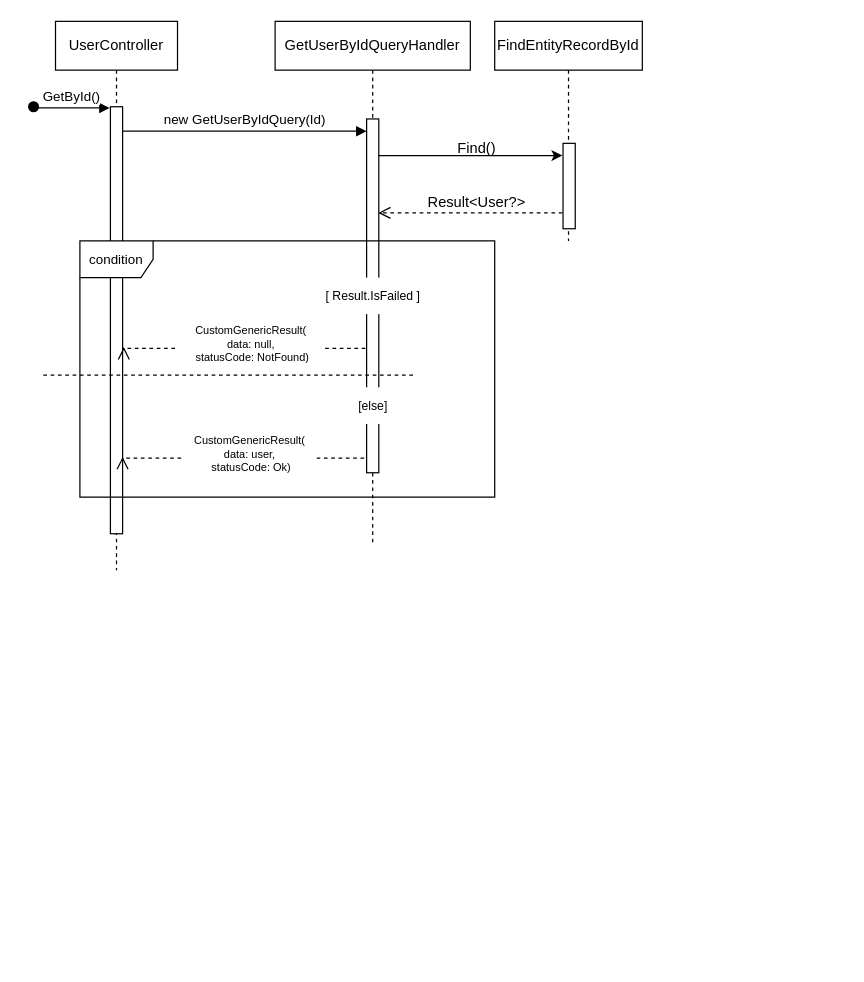
MahdiChoobin-81/CleanArchitecture_ASP keeps this draw.io diagram as Diagrams/sequenceDiagram_user_getById.drawio. Above is the earlier version. Source tidied: cells renumbered, new cells numbered last; positions are measured from the earlier drawing's top-left corner, leaving out a move shared by most shapes. Both pictures are drawn from the tidied source at 122%, with x=0, y=0 at pixel (33, 21).
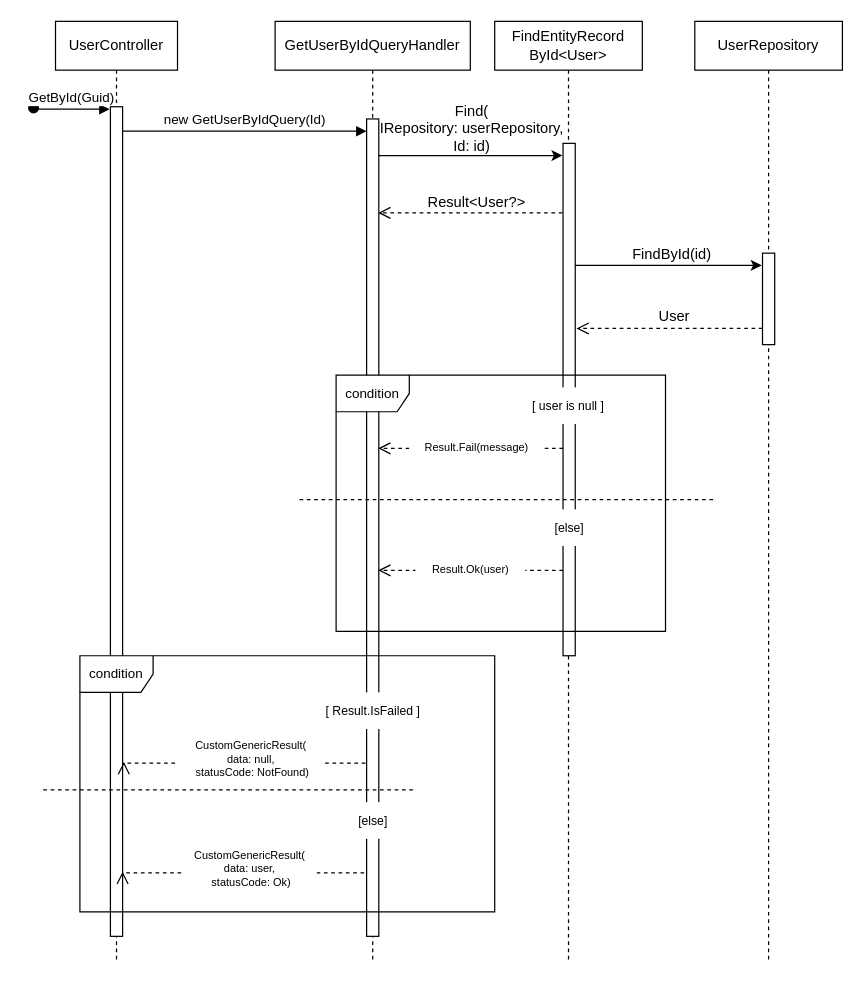
Above is the later version.

Diff of the diagram source:
```diff
@@
     <mxCell id="2" value="UserController" style="shape=umlLifeline;perimeter=lifelinePerimeter;whiteSpace=wrap;html=1;newEdgeStyle={&quot;edgeStyle&quot;:&quot;elbowEdgeStyle&quot;,&quot;elbow&quot;:&quot;vertical&quot;,&quot;curved&quot;:0,&quot;rounded&quot;:0};" parent="1" vertex="1">
-      <mxGeometry x="18" width="100" height="450" as="geometry" />
+      <mxGeometry x="18" width="100" height="770" as="geometry" />
     </mxCell>
-    <mxCell id="3" value="GetById()" style="html=1;verticalAlign=bottom;startArrow=oval;endArrow=block;startSize=8;edgeStyle=elbowEdgeStyle;elbow=vertical;curved=0;rounded=0;entryX=-0.26;entryY=0.004;entryDx=0;entryDy=0;entryPerimeter=0;" parent="2" edge="1">
+    <mxCell id="3" value="GetById(Guid)" style="html=1;verticalAlign=bottom;startArrow=oval;endArrow=block;startSize=8;edgeStyle=elbowEdgeStyle;elbow=vertical;curved=0;rounded=0;entryX=-0.26;entryY=0.004;entryDx=0;entryDy=0;entryPerimeter=0;" parent="2" edge="1">
       <mxGeometry relative="1" as="geometry">
-        <mxPoint x="-18" y="70" as="sourcePoint" />
-        <mxPoint x="44.4" y="71.4" as="targetPoint" />
+        <mxPoint x="-18" y="71" as="sourcePoint" />
+        <mxPoint x="44.4" y="72.4" as="targetPoint" />
       </mxGeometry>
     </mxCell>
     <mxCell id="4" value="GetUserByIdQueryHandler" style="shape=umlLifeline;perimeter=lifelinePerimeter;whiteSpace=wrap;html=1;newEdgeStyle={&quot;edgeStyle&quot;:&quot;elbowEdgeStyle&quot;,&quot;elbow&quot;:&quot;vertical&quot;,&quot;curved&quot;:0,&quot;rounded&quot;:0};" parent="1" vertex="1">
-      <mxGeometry x="198" width="160" height="430" as="geometry" />
+      <mxGeometry x="198" width="160" height="770" as="geometry" />
     </mxCell>
     <mxCell id="5" style="html=1;points=[];perimeter=orthogonalPerimeter;outlineConnect=0;targetShapes=umlLifeline;portConstraint=eastwest;newEdgeStyle={&quot;edgeStyle&quot;:&quot;elbowEdgeStyle&quot;,&quot;elbow&quot;:&quot;vertical&quot;,&quot;curved&quot;:0,&quot;rounded&quot;:0};" parent="4" vertex="1">
-      <mxGeometry x="75" y="80" width="10" height="290" as="geometry" />
+      <mxGeometry x="75" y="80" width="10" height="670" as="geometry" />
     </mxCell>
@@
-    <mxCell id="7" value="FindEntityRecordById" style="shape=umlLifeline;perimeter=lifelinePerimeter;whiteSpace=wrap;html=1;newEdgeStyle={&quot;edgeStyle&quot;:&quot;elbowEdgeStyle&quot;,&quot;elbow&quot;:&quot;vertical&quot;,&quot;curved&quot;:0,&quot;rounded&quot;:0};" parent="1" vertex="1">
-      <mxGeometry x="378" width="121" height="180" as="geometry" />
+    <mxCell id="7" value="FindEntityRecord&lt;br style=&quot;border-color: var(--border-color);&quot;&gt;ById&amp;lt;User&amp;gt;" style="shape=umlLifeline;perimeter=lifelinePerimeter;whiteSpace=wrap;html=1;newEdgeStyle={&quot;edgeStyle&quot;:&quot;elbowEdgeStyle&quot;,&quot;elbow&quot;:&quot;vertical&quot;,&quot;curved&quot;:0,&quot;rounded&quot;:0};" parent="1" vertex="1">
+      <mxGeometry x="378" width="121" height="770" as="geometry" />
     </mxCell>
     <mxCell id="8" style="html=1;points=[];perimeter=orthogonalPerimeter;outlineConnect=0;targetShapes=umlLifeline;portConstraint=eastwest;newEdgeStyle={&quot;edgeStyle&quot;:&quot;elbowEdgeStyle&quot;,&quot;elbow&quot;:&quot;vertical&quot;,&quot;curved&quot;:0,&quot;rounded&quot;:0};" parent="7" vertex="1">
-      <mxGeometry x="56" y="100" width="10" height="70" as="geometry" />
+      <mxGeometry x="56" y="100" width="10" height="420" as="geometry" />
     </mxCell>
     <mxCell id="9" style="rounded=0;whiteSpace=wrap;html=1;" parent="1" vertex="1">
-      <mxGeometry x="63" y="70" width="10" height="350" as="geometry" />
+      <mxGeometry x="63" y="70" width="10" height="680" as="geometry" />
     </mxCell>
@@
-    <mxCell id="11" value="Find()" style="text;html=1;align=center;verticalAlign=middle;strokeColor=none;fillColor=none;" parent="1" vertex="1">
-      <mxGeometry x="338" y="89" width="50" height="30" as="geometry" />
+    <mxCell id="11" value="Find(&lt;br style=&quot;border-color: var(--border-color);&quot;&gt;IRepository: userRepository,&lt;br style=&quot;border-color: var(--border-color);&quot;&gt;Id: id)" style="text;html=1;align=center;verticalAlign=middle;strokeColor=none;fillColor=none;" parent="1" vertex="1">
+      <mxGeometry x="274" y="58" width="170" height="60" as="geometry" />
     </mxCell>
@@
     <mxCell id="15" value="&lt;font style=&quot;font-size: 11px;&quot;&gt;condition&lt;/font&gt;" style="shape=umlFrame;whiteSpace=wrap;html=1;direction=east;" parent="1" vertex="1">
-      <mxGeometry x="38" y="180" width="340" height="210" as="geometry" />
+      <mxGeometry x="38" y="520" width="340" height="210" as="geometry" />
     </mxCell>
     <mxCell id="16" value="[ Result.IsFailed ]" style="text;html=1;align=center;verticalAlign=middle;strokeColor=none;fillColor=default;fontSize=10;" parent="1" vertex="1">
-      <mxGeometry x="228" y="210" width="100" height="30" as="geometry" />
+      <mxGeometry x="228" y="550" width="100" height="30" as="geometry" />
     </mxCell>
     <mxCell id="17" style="html=1;verticalAlign=bottom;endArrow=open;dashed=1;endSize=8;edgeStyle=elbowEdgeStyle;elbow=vertical;curved=0;rounded=0;strokeColor=default;" parent="1" edge="1">
       <mxGeometry x="0.01" relative="1" as="geometry">
-        <mxPoint x="272" y="268" as="sourcePoint" />
-        <mxPoint x="74" y="267" as="targetPoint" />
+        <mxPoint x="272" y="608" as="sourcePoint" />
+        <mxPoint x="74" y="607" as="targetPoint" />
       </mxGeometry>
     </mxCell>
     <mxCell id="18" value="&lt;font style=&quot;font-size: 9px;&quot;&gt;CustomGenericResult(&lt;br style=&quot;font-size: 9px;&quot;&gt;data: null,&lt;br style=&quot;font-size: 9px;&quot;&gt;&amp;nbsp;statusCode: NotFound)&lt;/font&gt;" style="text;html=1;align=center;verticalAlign=middle;strokeColor=none;fillColor=default;fontSize=9;" parent="1" vertex="1">
-      <mxGeometry x="118" y="240" width="120" height="50" as="geometry" />
+      <mxGeometry x="118" y="580" width="120" height="50" as="geometry" />
     </mxCell>
     <mxCell id="19" style="endArrow=none;dashed=1;html=1;rounded=0;" parent="1" edge="1">
       <mxGeometry relative="1" as="geometry">
-        <mxPoint x="8" y="290" as="sourcePoint" />
-        <mxPoint x="311" y="290" as="targetPoint" />
+        <mxPoint x="8" y="630" as="sourcePoint" />
+        <mxPoint x="311" y="630" as="targetPoint" />
       </mxGeometry>
     </mxCell>
     <mxCell id="20" value="[else]" style="text;html=1;align=center;verticalAlign=middle;strokeColor=none;fillColor=default;fontSize=10;imageWidth=24;arcSize=12;strokeOpacity=100;" parent="1" vertex="1">
-      <mxGeometry x="253" y="300" width="50" height="30" as="geometry" />
+      <mxGeometry x="253" y="640" width="50" height="30" as="geometry" />
     </mxCell>
     <mxCell id="21" style="html=1;verticalAlign=bottom;endArrow=open;dashed=1;endSize=8;edgeStyle=elbowEdgeStyle;elbow=vertical;curved=0;rounded=0;entryX=1.143;entryY=0.533;entryDx=0;entryDy=0;entryPerimeter=0;" parent="1" edge="1">
       <mxGeometry x="0.01" relative="1" as="geometry">
-        <mxPoint x="271" y="358" as="sourcePoint" />
-        <mxPoint x="73" y="357" as="targetPoint" />
+        <mxPoint x="271" y="698" as="sourcePoint" />
+        <mxPoint x="73" y="697" as="targetPoint" />
       </mxGeometry>
     </mxCell>
     <mxCell id="22" value="&lt;font style=&quot;font-size: 9px;&quot;&gt;CustomGenericResult(&lt;br style=&quot;font-size: 9px;&quot;&gt;data: user,&lt;br style=&quot;font-size: 9px;&quot;&gt;&amp;nbsp;statusCode: Ok)&lt;/font&gt;" style="text;html=1;align=center;verticalAlign=middle;strokeColor=none;fillColor=default;fontSize=9;" parent="1" vertex="1">
-      <mxGeometry x="122" y="330" width="110" height="50" as="geometry" />
+      <mxGeometry x="122" y="670" width="110" height="50" as="geometry" />
     </mxCell>
+    <mxCell id="23" value="UserRepository" style="shape=umlLifeline;perimeter=lifelinePerimeter;whiteSpace=wrap;html=1;newEdgeStyle={&quot;edgeStyle&quot;:&quot;elbowEdgeStyle&quot;,&quot;elbow&quot;:&quot;vertical&quot;,&quot;curved&quot;:0,&quot;rounded&quot;:0};" parent="1" vertex="1">
+      <mxGeometry x="542" width="121" height="770" as="geometry" />
+    </mxCell>
+    <mxCell id="24" style="html=1;perimeter=orthogonalPerimeter;targetShapes=umlLifeline;newEdgeStyle={&quot;edgeStyle&quot;:&quot;elbowEdgeStyle&quot;,&quot;elbow&quot;:&quot;vertical&quot;,&quot;curved&quot;:0,&quot;rounded&quot;:0};" parent="23" vertex="1">
+      <mxGeometry x="55.5" y="190" width="10" height="75" as="geometry" />
+    </mxCell>
+    <mxCell id="25" style="endArrow=classic;html=1;rounded=0;" parent="1" edge="1" source="8">
+      <mxGeometry relative="1" as="geometry">
+        <mxPoint x="596.8" y="200" as="targetPoint" />
+      </mxGeometry>
+    </mxCell>
+    <mxCell id="26" value="User" style="text;html=1;strokeColor=none;fillColor=none;align=center;verticalAlign=middle;whiteSpace=wrap;rounded=0;" parent="1" vertex="1">
+      <mxGeometry x="483" y="227" width="85" height="30" as="geometry" />
+    </mxCell>
+    <mxCell id="27" value="FindById(id)" style="text;html=1;align=center;verticalAlign=middle;strokeColor=none;fillColor=none;" parent="1" vertex="1">
+      <mxGeometry x="478" y="176" width="90" height="30" as="geometry" />
+    </mxCell>
+    <mxCell id="28" style="html=1;verticalAlign=bottom;endArrow=open;dashed=1;endSize=8;edgeStyle=elbowEdgeStyle;elbow=vertical;curved=0;rounded=0;" parent="1" edge="1">
+      <mxGeometry x="0.01" relative="1" as="geometry">
+        <mxPoint x="597.5" y="251.7" as="sourcePoint" />
+        <mxPoint x="445" y="252" as="targetPoint" />
+        <Array as="points">
+          <mxPoint x="418" y="251.7" />
+        </Array>
+      </mxGeometry>
+    </mxCell>
+    <mxCell id="29" value="&lt;font style=&quot;font-size: 11px;&quot;&gt;condition&lt;/font&gt;" style="shape=umlFrame;whiteSpace=wrap;html=1;direction=east;" parent="1" vertex="1">
+      <mxGeometry x="248" y="290" width="270" height="210" as="geometry" />
+    </mxCell>
+    <mxCell id="30" value="[ user is null ]" style="text;html=1;align=center;verticalAlign=middle;strokeColor=none;fillColor=default;fontSize=10;" parent="1" vertex="1">
+      <mxGeometry x="398" y="300" width="80" height="30" as="geometry" />
+    </mxCell>
+    <mxCell id="31" style="html=1;verticalAlign=bottom;endArrow=open;dashed=1;endSize=8;edgeStyle=elbowEdgeStyle;elbow=vertical;curved=0;rounded=0;strokeColor=default;" parent="1" edge="1" source="8">
+      <mxGeometry x="0.01" relative="1" as="geometry">
+        <mxPoint x="282.5" y="350" as="targetPoint" />
+      </mxGeometry>
+    </mxCell>
+    <mxCell id="32" value="[else]" style="text;html=1;align=center;verticalAlign=middle;strokeColor=none;fillColor=default;fontSize=10;imageWidth=24;arcSize=12;strokeOpacity=100;" parent="1" vertex="1">
+      <mxGeometry x="413.5" y="400" width="50" height="30" as="geometry" />
+    </mxCell>
+    <mxCell id="33" style="endArrow=none;dashed=1;html=1;rounded=0;" parent="1" edge="1">
+      <mxGeometry relative="1" as="geometry">
+        <mxPoint x="218" y="392" as="sourcePoint" />
+        <mxPoint x="558" y="392" as="targetPoint" />
+      </mxGeometry>
+    </mxCell>
+    <mxCell id="34" style="html=1;verticalAlign=bottom;endArrow=open;dashed=1;endSize=8;edgeStyle=elbowEdgeStyle;elbow=vertical;curved=0;rounded=0;strokeColor=default;" parent="1" edge="1" source="8">
+      <mxGeometry x="0.01" relative="1" as="geometry">
+        <mxPoint x="282.5" y="450" as="targetPoint" />
+      </mxGeometry>
+    </mxCell>
+    <mxCell id="35" value="Result.Fail(message)" style="text;html=1;align=center;verticalAlign=middle;strokeColor=none;fillColor=default;fontSize=9;" parent="1" vertex="1">
+      <mxGeometry x="308" y="340" width="110" height="20" as="geometry" />
+    </mxCell>
+    <mxCell id="36" value="Result.Ok(user)" style="text;html=1;align=center;verticalAlign=middle;strokeColor=none;fillColor=default;fontSize=9;" parent="1" vertex="1">
+      <mxGeometry x="313" y="440" width="90" height="20" as="geometry" />
+    </mxCell>
```
